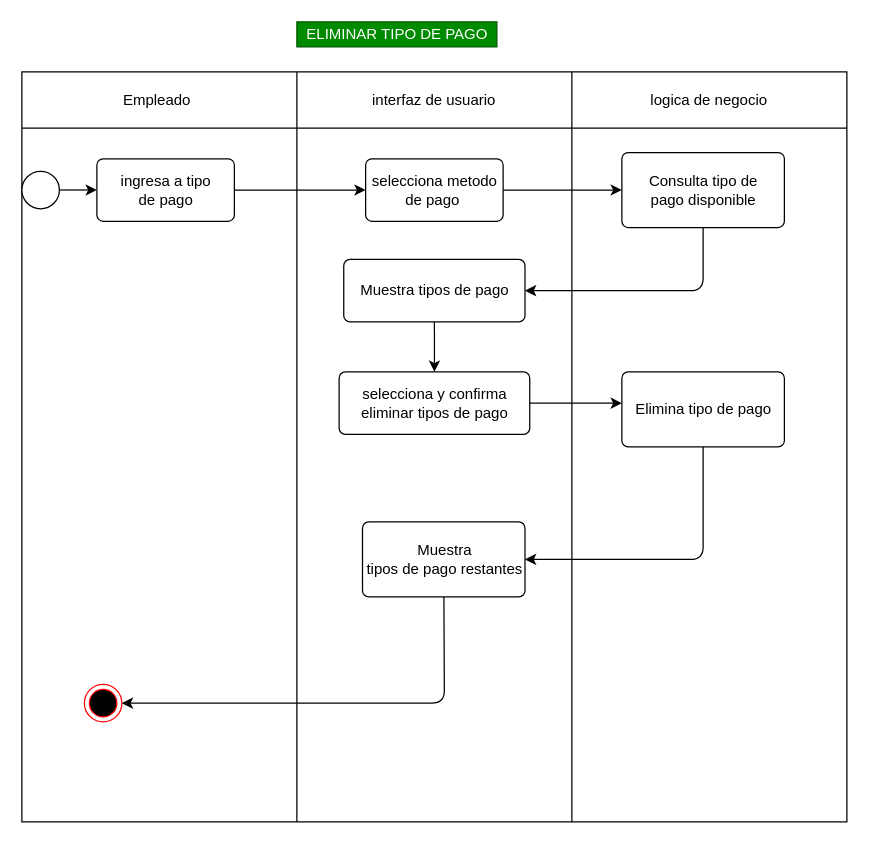
Before: Diagramas_Actividad/DAE.9.3.drawio in DavidArtavia/Activity_Diagram-, a draw.io diagram. Source tidied: cells renumbered, new cells numbered last; positions are measured from the earlier drawing's top-left corner, leaving out a move shared by most shapes. Both pictures are drawn from the tidied source at 125%, with x=0, y=0 at pixel (21, 21).
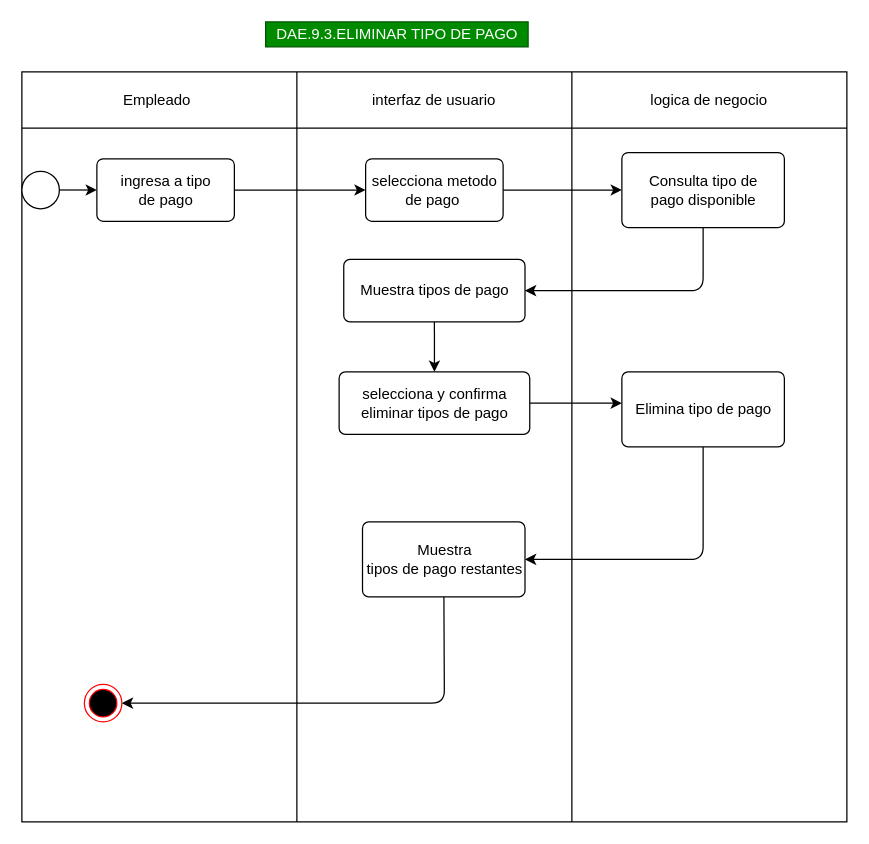
The same page after the edit.

The edit, as a diff of the source:
```diff
@@
-    <mxCell id="2" value="ELIMINAR TIPO DE PAGO" style="text;html=1;align=center;verticalAlign=middle;rounded=0;fillColor=#008a00;fontColor=#ffffff;strokeColor=#005700;" parent="1" vertex="1">
-      <mxGeometry x="220" width="160" height="20" as="geometry" />
+    <mxCell id="2" value="DAE.9.3.ELIMINAR TIPO DE PAGO" style="text;html=1;align=center;verticalAlign=middle;rounded=0;fillColor=#008a00;fontColor=#ffffff;strokeColor=#005700;" parent="1" vertex="1">
+      <mxGeometry x="195" width="210" height="20" as="geometry" />
     </mxCell>
```
